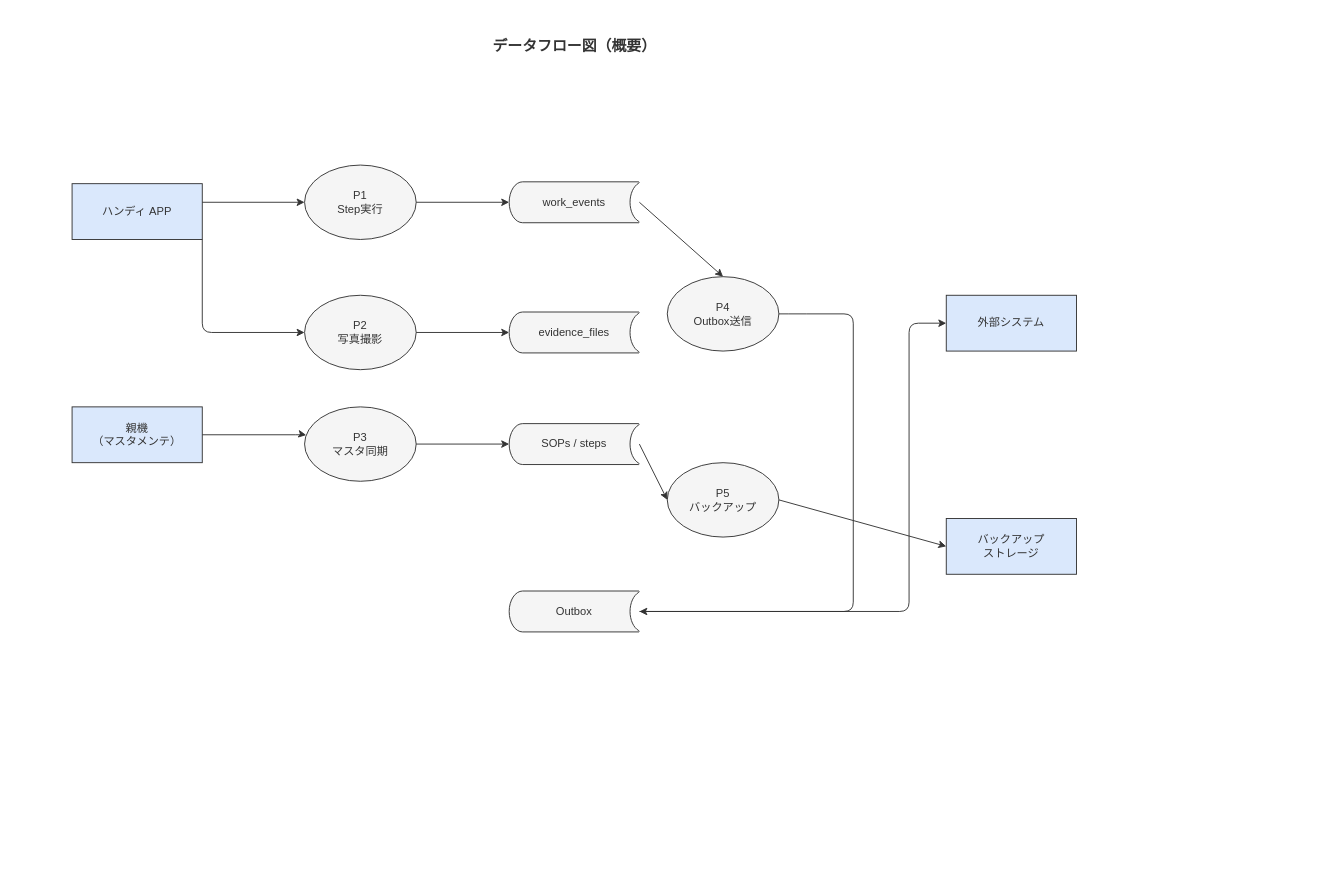
The draw.io diagram docs/04_概要設計/04_データ設計/img/fig_des_db_dfd_overall.drawio in RyuheiKiso/work-navigation-app, before the edit. Source tidied: cells renumbered, new cells numbered last; positions are measured from the earlier drawing's top-left corner, leaving out a move shared by most shapes. Both pictures are drawn from the tidied source at 93%, with x=0, y=0 at pixel (16, 16).
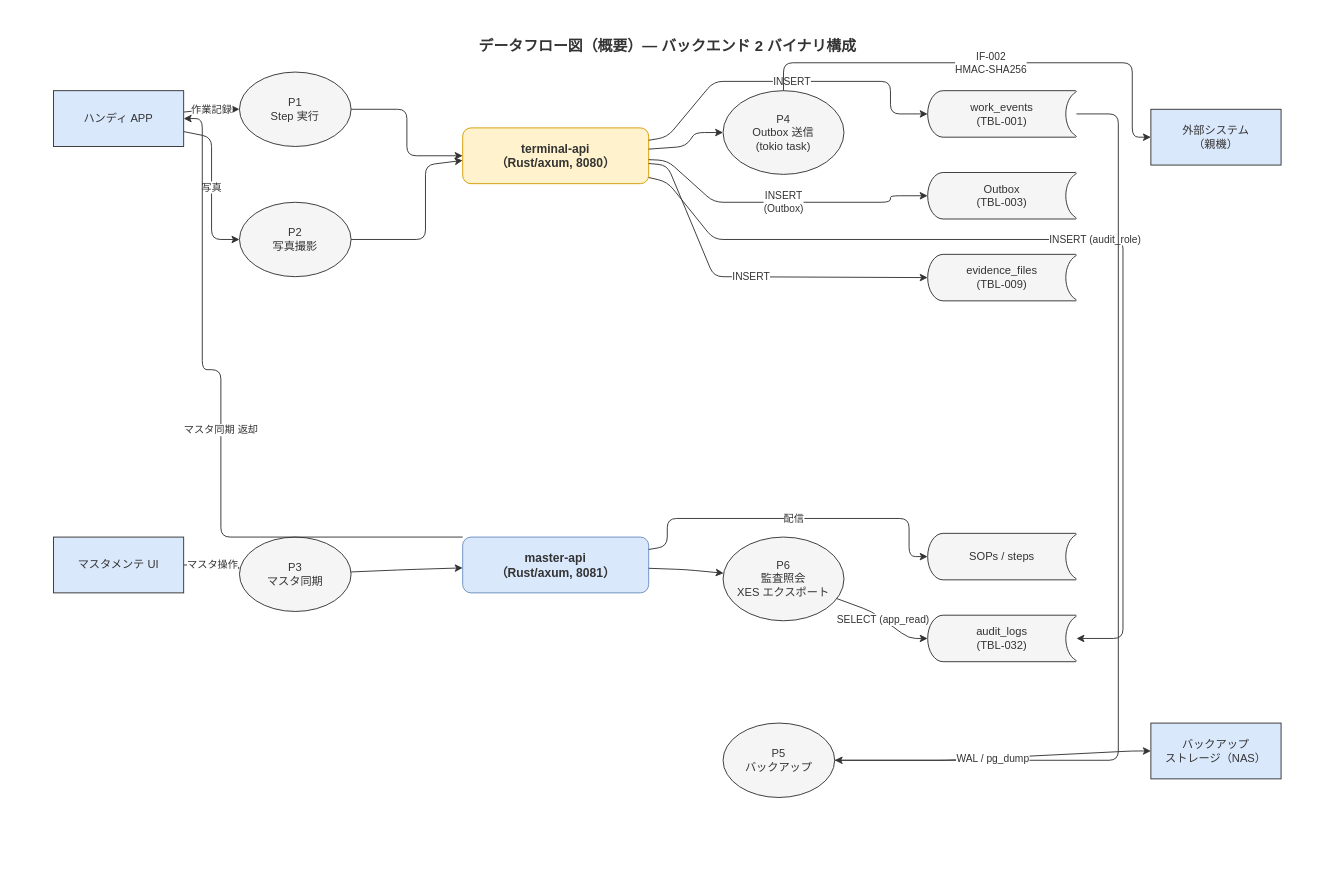
Above is the later version.

Commit message (it also covers changes not shown here):
docs(unit-8): バックエンド2バイナリ分割を反映 — データ設計・セキュリティ・運用方式

What changed in the source:
```diff
@@
     <mxCell id="2" style="rounded=0;whiteSpace=wrap;html=1;fillColor=#FFFFFF;strokeColor=none;" parent="1" vertex="1">
-      <mxGeometry width="1200" height="800" as="geometry" />
+      <mxGeometry width="1400" height="920" as="geometry" />
     </mxCell>
-    <mxCell id="3" value="データフロー図（概要）" style="text;html=1;fontFamily=Helvetica;fontSize=16;fontStyle=1;align=center;verticalAlign=middle;fillColor=none;strokeColor=none;fontColor=#333333;" parent="1" vertex="1">
-      <mxGeometry x="420" y="16" width="360" height="32" as="geometry" />
+    <mxCell id="3" value="データフロー図（概要）— バックエンド 2 バイナリ構成" style="text;html=1;fontFamily=Helvetica;fontSize=16;fontStyle=1;align=center;verticalAlign=middle;fillColor=none;strokeColor=none;fontColor=#333333;" parent="1" vertex="1">
+      <mxGeometry x="340" y="16" width="720" height="32" as="geometry" />
     </mxCell>
     <mxCell id="4" value="ハンディ APP" style="rounded=0;whiteSpace=wrap;html=1;fontFamily=Helvetica;fontSize=12;fontColor=#333333;strokeColor=#333333;fillColor=#dae8fc;" parent="1" vertex="1">
-      <mxGeometry x="60" y="180" width="140" height="60" as="geometry" />
+      <mxGeometry x="40" y="80" width="140" height="60" as="geometry" />
     </mxCell>
-    <mxCell id="5" value="親機&#10;（マスタメンテ）" style="rounded=0;whiteSpace=wrap;html=1;fontFamily=Helvetica;fontSize=12;fontColor=#333333;strokeColor=#333333;fillColor=#dae8fc;" parent="1" vertex="1">
-      <mxGeometry x="60" y="420" width="140" height="60" as="geometry" />
-    </mxCell>
+    <mxCell id="28" value="マスタメンテ UI" style="rounded=0;whiteSpace=wrap;html=1;fontFamily=Helvetica;fontSize=12;fontColor=#333333;strokeColor=#333333;fillColor=#dae8fc;" parent="1" vertex="1">
+      <mxGeometry x="40" y="560" width="140" height="60" as="geometry" />
+    </mxCell>
-    <mxCell id="6" value="外部システム" style="rounded=0;whiteSpace=wrap;html=1;fontFamily=Helvetica;fontSize=12;fontColor=#333333;strokeColor=#333333;fillColor=#dae8fc;" parent="1" vertex="1">
-      <mxGeometry x="1000" y="300" width="140" height="60" as="geometry" />
+    <mxCell id="6" value="外部システム&#10;（親機）" style="rounded=0;whiteSpace=wrap;html=1;fontFamily=Helvetica;fontSize=12;fontColor=#333333;strokeColor=#333333;fillColor=#dae8fc;" parent="1" vertex="1">
+      <mxGeometry x="1220" y="100" width="140" height="60" as="geometry" />
     </mxCell>
-    <mxCell id="7" value="バックアップ&#10;ストレージ" style="rounded=0;whiteSpace=wrap;html=1;fontFamily=Helvetica;fontSize=12;fontColor=#333333;strokeColor=#333333;fillColor=#dae8fc;" parent="1" vertex="1">
-      <mxGeometry x="1000" y="540" width="140" height="60" as="geometry" />
+    <mxCell id="7" value="バックアップ&#10;ストレージ（NAS）" style="rounded=0;whiteSpace=wrap;html=1;fontFamily=Helvetica;fontSize=12;fontColor=#333333;strokeColor=#333333;fillColor=#dae8fc;" parent="1" vertex="1">
+      <mxGeometry x="1220" y="760" width="140" height="60" as="geometry" />
     </mxCell>
-    <mxCell id="8" value="P1&#10;Step実行" style="ellipse;whiteSpace=wrap;html=1;fontFamily=Helvetica;fontSize=12;fontColor=#333333;strokeColor=#333333;fillColor=#f5f5f5;" parent="1" vertex="1">
-      <mxGeometry x="310" y="160" width="120" height="80" as="geometry" />
+    <mxCell id="8" value="P1&#10;Step 実行" style="ellipse;whiteSpace=wrap;html=1;fontFamily=Helvetica;fontSize=12;fontColor=#333333;strokeColor=#333333;fillColor=#f5f5f5;" parent="1" vertex="1">
+      <mxGeometry x="240" y="60" width="120" height="80" as="geometry" />
     </mxCell>
     <mxCell id="9" value="P2&#10;写真撮影" style="ellipse;whiteSpace=wrap;html=1;fontFamily=Helvetica;fontSize=12;fontColor=#333333;strokeColor=#333333;fillColor=#f5f5f5;" parent="1" vertex="1">
-      <mxGeometry x="310" y="300" width="120" height="80" as="geometry" />
+      <mxGeometry x="240" y="200" width="120" height="80" as="geometry" />
     </mxCell>
     <mxCell id="10" value="P3&#10;マスタ同期" style="ellipse;whiteSpace=wrap;html=1;fontFamily=Helvetica;fontSize=12;fontColor=#333333;strokeColor=#333333;fillColor=#f5f5f5;" parent="1" vertex="1">
-      <mxGeometry x="310" y="420" width="120" height="80" as="geometry" />
+      <mxGeometry x="240" y="560" width="120" height="80" as="geometry" />
     </mxCell>
+    <mxCell id="29" value="terminal-api&#10;（Rust/axum, 8080）" style="rounded=1;whiteSpace=wrap;html=1;fontFamily=Helvetica;fontSize=13;fontStyle=1;fontColor=#333333;strokeColor=#d79b00;fillColor=#fff2cc;" parent="1" vertex="1">
+      <mxGeometry x="480" y="120" width="200" height="60" as="geometry" />
+    </mxCell>
+    <mxCell id="30" value="master-api&#10;（Rust/axum, 8081）" style="rounded=1;whiteSpace=wrap;html=1;fontFamily=Helvetica;fontSize=13;fontStyle=1;fontColor=#333333;strokeColor=#6c8ebf;fillColor=#dae8fc;" parent="1" vertex="1">
+      <mxGeometry x="480" y="560" width="200" height="60" as="geometry" />
+    </mxCell>
-    <mxCell id="11" value="P4&#10;Outbox送信" style="ellipse;whiteSpace=wrap;html=1;fontFamily=Helvetica;fontSize=12;fontColor=#333333;strokeColor=#333333;fillColor=#f5f5f5;" parent="1" vertex="1">
-      <mxGeometry x="700" y="280" width="120" height="80" as="geometry" />
+    <mxCell id="11" value="P4&#10;Outbox 送信&#10;(tokio task)" style="ellipse;whiteSpace=wrap;html=1;fontFamily=Helvetica;fontSize=12;fontColor=#333333;strokeColor=#333333;fillColor=#f5f5f5;" parent="1" vertex="1">
+      <mxGeometry x="760" y="80" width="130" height="90" as="geometry" />
     </mxCell>
+    <mxCell id="31" value="P6&#10;監査照会&#10;XES エクスポート" style="ellipse;whiteSpace=wrap;html=1;fontFamily=Helvetica;fontSize=12;fontColor=#333333;strokeColor=#333333;fillColor=#f5f5f5;" parent="1" vertex="1">
+      <mxGeometry x="760" y="560" width="130" height="90" as="geometry" />
+    </mxCell>
     <mxCell id="12" value="P5&#10;バックアップ" style="ellipse;whiteSpace=wrap;html=1;fontFamily=Helvetica;fontSize=12;fontColor=#333333;strokeColor=#333333;fillColor=#f5f5f5;" parent="1" vertex="1">
-      <mxGeometry x="700" y="480" width="120" height="80" as="geometry" />
+      <mxGeometry x="760" y="760" width="120" height="80" as="geometry" />
     </mxCell>
-    <mxCell id="13" value="work_events" style="shape=mxgraph.flowchart.stored_data;whiteSpace=wrap;html=1;fontFamily=Helvetica;fontSize=12;fontColor=#333333;strokeColor=#333333;fillColor=#f5f5f5;" parent="1" vertex="1">
-      <mxGeometry x="530" y="178" width="140" height="44" as="geometry" />
+    <mxCell id="13" value="work_events&#10;(TBL-001)" style="shape=mxgraph.flowchart.stored_data;whiteSpace=wrap;html=1;fontFamily=Helvetica;fontSize=12;fontColor=#333333;strokeColor=#333333;fillColor=#f5f5f5;" parent="1" vertex="1">
+      <mxGeometry x="980" y="80" width="160" height="50" as="geometry" />
     </mxCell>
+    <mxCell id="16" value="Outbox&#10;(TBL-003)" style="shape=mxgraph.flowchart.stored_data;whiteSpace=wrap;html=1;fontFamily=Helvetica;fontSize=12;fontColor=#333333;strokeColor=#333333;fillColor=#f5f5f5;" parent="1" vertex="1">
+      <mxGeometry x="980" y="168" width="160" height="50" as="geometry" />
+    </mxCell>
-    <mxCell id="14" value="evidence_files" style="shape=mxgraph.flowchart.stored_data;whiteSpace=wrap;html=1;fontFamily=Helvetica;fontSize=12;fontColor=#333333;strokeColor=#333333;fillColor=#f5f5f5;" parent="1" vertex="1">
-      <mxGeometry x="530" y="318" width="140" height="44" as="geometry" />
+    <mxCell id="14" value="evidence_files&#10;(TBL-009)" style="shape=mxgraph.flowchart.stored_data;whiteSpace=wrap;html=1;fontFamily=Helvetica;fontSize=12;fontColor=#333333;strokeColor=#333333;fillColor=#f5f5f5;" parent="1" vertex="1">
+      <mxGeometry x="980" y="256" width="160" height="50" as="geometry" />
     </mxCell>
     <mxCell id="15" value="SOPs / steps" style="shape=mxgraph.flowchart.stored_data;whiteSpace=wrap;html=1;fontFamily=Helvetica;fontSize=12;fontColor=#333333;strokeColor=#333333;fillColor=#f5f5f5;" parent="1" vertex="1">
-      <mxGeometry x="530" y="438" width="140" height="44" as="geometry" />
+      <mxGeometry x="980" y="556" width="160" height="50" as="geometry" />
     </mxCell>
-    <mxCell id="16" value="Outbox" style="shape=mxgraph.flowchart.stored_data;whiteSpace=wrap;html=1;fontFamily=Helvetica;fontSize=12;fontColor=#333333;strokeColor=#333333;fillColor=#f5f5f5;" parent="1" vertex="1">
-      <mxGeometry x="530" y="618" width="140" height="44" as="geometry" />
-    </mxCell>
+    <mxCell id="32" value="audit_logs&#10;(TBL-032)" style="shape=mxgraph.flowchart.stored_data;whiteSpace=wrap;html=1;fontFamily=Helvetica;fontSize=12;fontColor=#333333;strokeColor=#333333;fillColor=#f5f5f5;" parent="1" vertex="1">
+      <mxGeometry x="980" y="644" width="160" height="50" as="geometry" />
+    </mxCell>
-    <mxCell id="17" style="endArrow=classic;endFill=1;html=1;strokeColor=#333333;edgeStyle=none;" parent="1" edge="1" source="4" target="8">
+    <mxCell id="17" value="作業記録" style="endArrow=classic;endFill=1;html=1;strokeColor=#333333;edgeStyle=none;fontFamily=Helvetica;fontSize=11;fontColor=#333333;" parent="1" edge="1" source="4" target="8">
       <mxGeometry relative="1" as="geometry">
         <Array as="points">
-          <mxPoint x="200" y="200" />
-          <mxPoint x="310" y="200" />
+          <mxPoint x="210" y="100" />
         </Array>
       </mxGeometry>
     </mxCell>
-    <mxCell id="18" style="endArrow=classic;endFill=1;html=1;strokeColor=#333333;edgeStyle=none;" parent="1" edge="1" source="4" target="9">
+    <mxCell id="18" value="写真" style="endArrow=classic;endFill=1;html=1;strokeColor=#333333;edgeStyle=none;fontFamily=Helvetica;fontSize=11;fontColor=#333333;" parent="1" edge="1" source="4" target="9">
       <mxGeometry relative="1" as="geometry">
         <Array as="points">
-          <mxPoint x="200" y="240" />
-          <mxPoint x="200" y="340" />
-          <mxPoint x="310" y="340" />
+          <mxPoint x="210" y="130" />
+          <mxPoint x="210" y="240" />
         </Array>
       </mxGeometry>
     </mxCell>
-    <mxCell id="19" style="endArrow=classic;endFill=1;html=1;strokeColor=#333333;edgeStyle=none;" parent="1" edge="1" source="8" target="13">
+    <mxCell id="19" style="endArrow=classic;endFill=1;html=1;strokeColor=#333333;edgeStyle=none;" parent="1" edge="1" source="8" target="29">
       <mxGeometry relative="1" as="geometry">
         <Array as="points">
-          <mxPoint x="430" y="200" />
-          <mxPoint x="530" y="200" />
+          <mxPoint x="420" y="100" />
+          <mxPoint x="420" y="150" />
         </Array>
       </mxGeometry>
     </mxCell>
-    <mxCell id="20" style="endArrow=classic;endFill=1;html=1;strokeColor=#333333;edgeStyle=none;" parent="1" edge="1" source="9" target="14">
+    <mxCell id="20" style="endArrow=classic;endFill=1;html=1;strokeColor=#333333;edgeStyle=none;" parent="1" edge="1" source="9" target="29">
       <mxGeometry relative="1" as="geometry">
         <Array as="points">
-          <mxPoint x="430" y="340" />
-          <mxPoint x="530" y="340" />
+          <mxPoint x="440" y="240" />
+          <mxPoint x="440" y="160" />
+          <mxPoint x="480" y="155" />
         </Array>
       </mxGeometry>
     </mxCell>
-    <mxCell id="21" style="endArrow=classic;endFill=1;html=1;strokeColor=#333333;edgeStyle=none;" parent="1" edge="1" source="5" target="10">
+    <mxCell id="21" value="INSERT" style="endArrow=classic;endFill=1;html=1;strokeColor=#333333;edgeStyle=none;fontFamily=Helvetica;fontSize=11;fontColor=#333333;" parent="1" edge="1" source="29" target="13">
       <mxGeometry relative="1" as="geometry">
         <Array as="points">
-          <mxPoint x="200" y="450" />
-          <mxPoint x="310" y="450" />
+          <mxPoint x="700" y="130" />
+          <mxPoint x="750" y="70" />
+          <mxPoint x="940" y="70" />
+          <mxPoint x="940" y="105" />
+          <mxPoint x="980" y="105" />
         </Array>
       </mxGeometry>
     </mxCell>
-    <mxCell id="22" style="endArrow=classic;endFill=1;html=1;strokeColor=#333333;edgeStyle=none;" parent="1" edge="1" source="10" target="15">
+    <mxCell id="22" value="INSERT&#10;(Outbox)" style="endArrow=classic;endFill=1;html=1;strokeColor=#333333;edgeStyle=none;fontFamily=Helvetica;fontSize=11;fontColor=#333333;" parent="1" edge="1" source="29" target="16">
       <mxGeometry relative="1" as="geometry">
         <Array as="points">
-          <mxPoint x="430" y="460" />
-          <mxPoint x="530" y="460" />
+          <mxPoint x="700" y="155" />
+          <mxPoint x="750" y="200" />
+          <mxPoint x="940" y="200" />
+          <mxPoint x="940" y="193" />
+          <mxPoint x="980" y="193" />
         </Array>
       </mxGeometry>
     </mxCell>
-    <mxCell id="23" style="endArrow=classic;endFill=1;html=1;strokeColor=#333333;edgeStyle=none;" parent="1" edge="1" source="13" target="11">
+    <mxCell id="23" value="INSERT" style="endArrow=classic;endFill=1;html=1;strokeColor=#333333;edgeStyle=none;fontFamily=Helvetica;fontSize=11;fontColor=#333333;" parent="1" edge="1" source="29" target="14">
       <mxGeometry relative="1" as="geometry">
         <Array as="points">
-          <mxPoint x="670" y="200" />
-          <mxPoint x="760" y="280" />
+          <mxPoint x="700" y="160" />
+          <mxPoint x="750" y="280" />
+          <mxPoint x="980" y="281" />
         </Array>
       </mxGeometry>
     </mxCell>
-    <mxCell id="24" style="endArrow=classic;endFill=1;html=1;strokeColor=#333333;edgeStyle=none;" parent="1" edge="1" source="11" target="16">
+    <mxCell id="24" style="endArrow=classic;endFill=1;html=1;strokeColor=#333333;edgeStyle=none;" parent="1" edge="1" source="29" target="11">
       <mxGeometry relative="1" as="geometry">
         <Array as="points">
-          <mxPoint x="840" y="320" />
-          <mxPoint x="900" y="320" />
-          <mxPoint x="900" y="640" />
-          <mxPoint x="670" y="640" />
+          <mxPoint x="720" y="140" />
+          <mxPoint x="730" y="125" />
         </Array>
       </mxGeometry>
     </mxCell>
-    <mxCell id="25" style="endArrow=classic;endFill=1;html=1;strokeColor=#333333;edgeStyle=none;" parent="1" edge="1" source="16" target="6">
+    <mxCell id="25" value="IF-002&#10;HMAC-SHA256" style="endArrow=classic;endFill=1;html=1;strokeColor=#333333;edgeStyle=none;fontFamily=Helvetica;fontSize=11;fontColor=#333333;" parent="1" edge="1" source="11" target="6">
       <mxGeometry relative="1" as="geometry">
         <Array as="points">
-          <mxPoint x="670" y="640" />
-          <mxPoint x="960" y="640" />
-          <mxPoint x="960" y="330" />
-          <mxPoint x="1000" y="330" />
+          <mxPoint x="825" y="80" />
+          <mxPoint x="825" y="50" />
+          <mxPoint x="1200" y="50" />
+          <mxPoint x="1200" y="130" />
         </Array>
       </mxGeometry>
     </mxCell>
-    <mxCell id="26" style="endArrow=classic;endFill=1;html=1;strokeColor=#333333;edgeStyle=none;" parent="1" edge="1" source="15" target="12">
+    <mxCell id="26" value="INSERT (audit_role)" style="endArrow=classic;endFill=1;html=1;strokeColor=#333333;edgeStyle=none;fontFamily=Helvetica;fontSize=11;fontColor=#333333;" parent="1" edge="1" source="29" target="32">
       <mxGeometry relative="1" as="geometry">
         <Array as="points">
-          <mxPoint x="670" y="460" />
-          <mxPoint x="700" y="520" />
+          <mxPoint x="700" y="178" />
+          <mxPoint x="750" y="240" />
+          <mxPoint x="1190" y="240" />
+          <mxPoint x="1190" y="669" />
+          <mxPoint x="1140" y="669" />
         </Array>
       </mxGeometry>
     </mxCell>
-    <mxCell id="27" style="endArrow=classic;endFill=1;html=1;strokeColor=#333333;edgeStyle=none;" parent="1" edge="1" source="12" target="7">
+    <mxCell id="27" value="マスタ操作" style="endArrow=classic;endFill=1;html=1;strokeColor=#333333;edgeStyle=none;fontFamily=Helvetica;fontSize=11;fontColor=#333333;" parent="1" edge="1" source="28" target="10">
       <mxGeometry relative="1" as="geometry">
         <Array as="points">
-          <mxPoint x="820" y="520" />
-          <mxPoint x="1000" y="570" />
+          <mxPoint x="210" y="590" />
         </Array>
       </mxGeometry>
     </mxCell>
+    <mxCell id="33" style="endArrow=classic;endFill=1;html=1;strokeColor=#333333;edgeStyle=none;" parent="1" edge="1" source="10" target="30">
+      <mxGeometry relative="1" as="geometry">
+        <Array as="points">
+          <mxPoint x="420" y="595" />
+        </Array>
+      </mxGeometry>
+    </mxCell>
+    <mxCell id="34" value="配信" style="endArrow=classic;endFill=1;html=1;strokeColor=#333333;edgeStyle=none;fontFamily=Helvetica;fontSize=11;fontColor=#333333;" parent="1" edge="1" source="30" target="15">
+      <mxGeometry relative="1" as="geometry">
+        <Array as="points">
+          <mxPoint x="700" y="570" />
+          <mxPoint x="700" y="540" />
+          <mxPoint x="960" y="540" />
+          <mxPoint x="960" y="581" />
+          <mxPoint x="980" y="581" />
+        </Array>
+      </mxGeometry>
+    </mxCell>
+    <mxCell id="35" style="endArrow=classic;endFill=1;html=1;strokeColor=#333333;edgeStyle=none;" parent="1" edge="1" source="30" target="31">
+      <mxGeometry relative="1" as="geometry">
+        <Array as="points">
+          <mxPoint x="720" y="595" />
+        </Array>
+      </mxGeometry>
+    </mxCell>
+    <mxCell id="36" value="SELECT (app_read)" style="endArrow=classic;endFill=1;html=1;strokeColor=#333333;edgeStyle=none;fontFamily=Helvetica;fontSize=11;fontColor=#333333;" parent="1" edge="1" source="31" target="32">
+      <mxGeometry relative="1" as="geometry">
+        <Array as="points">
+          <mxPoint x="920" y="640" />
+          <mxPoint x="960" y="669" />
+          <mxPoint x="980" y="669" />
+        </Array>
+      </mxGeometry>
+    </mxCell>
+    <mxCell id="37" value="マスタ同期 返却" style="endArrow=classic;endFill=1;html=1;strokeColor=#333333;edgeStyle=none;fontFamily=Helvetica;fontSize=11;fontColor=#333333;" parent="1" edge="1" source="30" target="4">
+      <mxGeometry relative="1" as="geometry">
+        <Array as="points">
+          <mxPoint x="480" y="560" />
+          <mxPoint x="220" y="560" />
+          <mxPoint x="220" y="380" />
+          <mxPoint x="200" y="380" />
+          <mxPoint x="200" y="110" />
+          <mxPoint x="180" y="110" />
+        </Array>
+      </mxGeometry>
+    </mxCell>
+    <mxCell id="38" style="endArrow=classic;endFill=1;html=1;strokeColor=#333333;edgeStyle=none;" parent="1" edge="1" source="13" target="12">
+      <mxGeometry relative="1" as="geometry">
+        <Array as="points">
+          <mxPoint x="1185" y="105" />
+          <mxPoint x="1185" y="800" />
+          <mxPoint x="880" y="800" />
+        </Array>
+      </mxGeometry>
+    </mxCell>
+    <mxCell id="39" value="WAL / pg_dump" style="endArrow=classic;endFill=1;html=1;strokeColor=#333333;edgeStyle=none;fontFamily=Helvetica;fontSize=11;fontColor=#333333;" parent="1" edge="1" source="12" target="7">
+      <mxGeometry relative="1" as="geometry">
+        <Array as="points">
+          <mxPoint x="1000" y="800" />
+          <mxPoint x="1200" y="790" />
+          <mxPoint x="1220" y="790" />
+        </Array>
+      </mxGeometry>
+    </mxCell>
```
